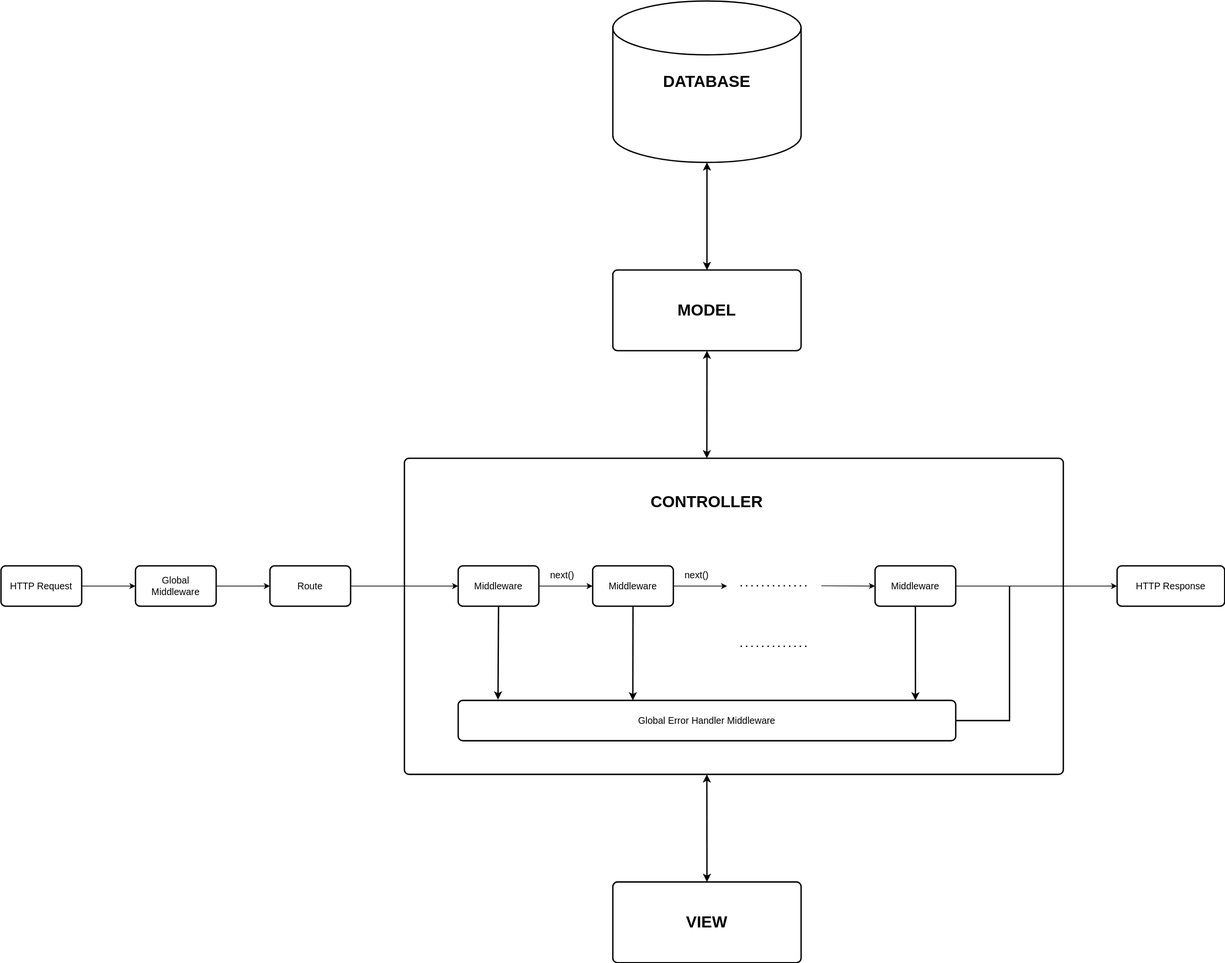
Earlier version of the draw.io export docs/images/mvc.svg (huyphamfc/hyper-english). Source tidied: cells renumbered, new cells last; positions are measured from the earlier drawing's top-left corner, leaving out a move shared by most shapes.
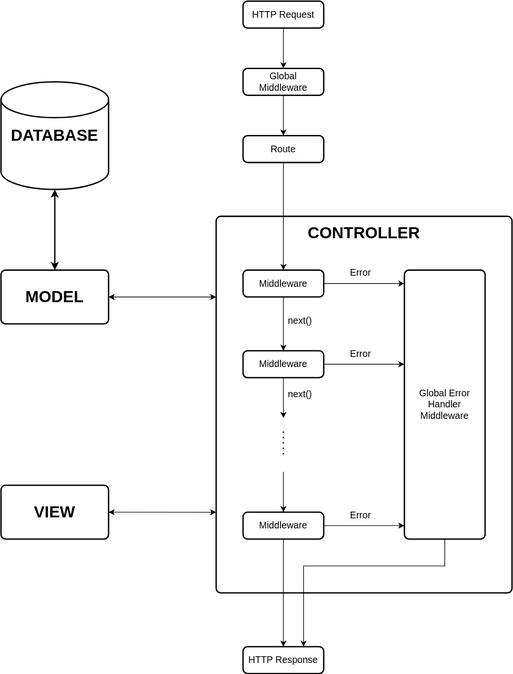
Above is the later version.

Commit message:
edit MVC flowchart

Diff of the diagram source:
```diff
@@ -2,118 +2,124 @@
   <root>
     <mxCell id="0" />
     <mxCell id="1" parent="0" />
+    <mxCell id="33" style="rounded=1;whiteSpace=wrap;html=1;absoluteArcSize=1;arcSize=14;strokeWidth=2;fillColor=none;" parent="1" vertex="1">
+      <mxGeometry x="320" y="800" width="440" height="560" as="geometry" />
+    </mxCell>
     <mxCell id="2" value="&lt;font style=&quot;font-size: 14px;&quot;&gt;HTTP Request&lt;/font&gt;" style="rounded=1;whiteSpace=wrap;html=1;absoluteArcSize=1;arcSize=14;strokeWidth=2;" parent="1" vertex="1">
-      <mxGeometry y="840" width="120" height="60" as="geometry" />
+      <mxGeometry x="360" y="480" width="120" height="40" as="geometry" />
     </mxCell>
     <mxCell id="3" value="&lt;font style=&quot;font-size: 14px;&quot;&gt;Global&lt;br&gt;Middleware&lt;/font&gt;" style="rounded=1;whiteSpace=wrap;html=1;absoluteArcSize=1;arcSize=14;strokeWidth=2;" parent="1" vertex="1">
-      <mxGeometry x="200" y="840" width="120" height="60" as="geometry" />
+      <mxGeometry x="360" y="580" width="120" height="40" as="geometry" />
     </mxCell>
-    <mxCell id="4" style="endArrow=classic;html=1;rounded=0;fontSize=14;exitX=1;exitY=0.5;exitDx=0;exitDy=0;entryX=0;entryY=0.5;entryDx=0;entryDy=0;" parent="1" edge="1" source="2" target="3">
-      <mxGeometry relative="1" as="geometry" />
-    </mxCell>
     <mxCell id="5" value="&lt;font style=&quot;font-size: 14px;&quot;&gt;Route&lt;/font&gt;" style="rounded=1;whiteSpace=wrap;html=1;absoluteArcSize=1;arcSize=14;strokeWidth=2;" parent="1" vertex="1">
-      <mxGeometry x="400" y="840" width="120" height="60" as="geometry" />
+      <mxGeometry x="360" y="680" width="120" height="40" as="geometry" />
     </mxCell>
-    <mxCell id="6" style="endArrow=classic;html=1;rounded=0;fontSize=14;entryX=0;entryY=0.5;entryDx=0;entryDy=0;exitX=1;exitY=0.5;exitDx=0;exitDy=0;" parent="1" edge="1" source="3" target="5">
-      <mxGeometry relative="1" as="geometry" />
-    </mxCell>
     <mxCell id="7" value="&lt;span style=&quot;font-size: 14px;&quot;&gt;Middleware&lt;/span&gt;" style="rounded=1;whiteSpace=wrap;html=1;absoluteArcSize=1;arcSize=14;strokeWidth=2;" parent="1" vertex="1">
-      <mxGeometry x="680" y="840" width="120" height="60" as="geometry" />
+      <mxGeometry x="360" y="880" width="120" height="40" as="geometry" />
     </mxCell>
     <mxCell id="8" value="&lt;span style=&quot;font-size: 14px;&quot;&gt;Middleware&lt;/span&gt;" style="rounded=1;whiteSpace=wrap;html=1;absoluteArcSize=1;arcSize=14;strokeWidth=2;" parent="1" vertex="1">
-      <mxGeometry x="880" y="840" width="120" height="60" as="geometry" />
+      <mxGeometry x="360" y="1000" width="120" height="40" as="geometry" />
     </mxCell>
     <mxCell id="9" value="&lt;span style=&quot;font-size: 14px;&quot;&gt;Middleware&lt;/span&gt;" style="rounded=1;whiteSpace=wrap;html=1;absoluteArcSize=1;arcSize=14;strokeWidth=2;" parent="1" vertex="1">
-      <mxGeometry x="1300" y="840" width="120" height="60" as="geometry" />
+      <mxGeometry x="360" y="1240" width="120" height="40" as="geometry" />
     </mxCell>
-    <mxCell id="10" style="endArrow=classic;html=1;rounded=0;fontSize=14;entryX=0;entryY=0.5;entryDx=0;entryDy=0;exitX=1;exitY=0.5;exitDx=0;exitDy=0;" parent="1" edge="1" source="5" target="7">
-      <mxGeometry relative="1" as="geometry" />
-    </mxCell>
-    <mxCell id="11" style="endArrow=classic;html=1;rounded=0;fontSize=14;entryX=0;entryY=0.5;entryDx=0;entryDy=0;exitX=1;exitY=0.5;exitDx=0;exitDy=0;" parent="1" edge="1" source="7" target="8">
-      <mxGeometry relative="1" as="geometry" />
-    </mxCell>
     <mxCell id="12" value="next()" style="text;html=1;strokeColor=none;fillColor=none;align=center;verticalAlign=middle;whiteSpace=wrap;rounded=0;fontSize=14;" parent="1" vertex="1">
-      <mxGeometry x="810" y="839" width="50" height="30" as="geometry" />
+      <mxGeometry x="420" y="940" width="50" height="30" as="geometry" />
     </mxCell>
-    <mxCell id="13" style="endArrow=classic;html=1;rounded=0;fontSize=14;exitX=1;exitY=0.5;exitDx=0;exitDy=0;" parent="1" edge="1" source="8">
-      <mxGeometry relative="1" as="geometry">
-        <mxPoint x="1080" y="870" as="targetPoint" />
-      </mxGeometry>
-    </mxCell>
-    <mxCell id="14" value="next()" style="text;html=1;strokeColor=none;fillColor=none;align=center;verticalAlign=middle;whiteSpace=wrap;rounded=0;fontSize=14;" parent="1" vertex="1">
-      <mxGeometry x="1010" y="839" width="50" height="30" as="geometry" />
-    </mxCell>
     <mxCell id="15" style="endArrow=none;dashed=1;html=1;dashPattern=1 3;strokeWidth=2;rounded=0;fontSize=14;" parent="1" edge="1">
       <mxGeometry relative="1" as="geometry">
-        <mxPoint x="1100" y="869.6" as="sourcePoint" />
-        <mxPoint x="1200" y="869.6" as="targetPoint" />
+        <mxPoint x="420" y="1120" as="sourcePoint" />
+        <mxPoint x="420" y="1160" as="targetPoint" />
       </mxGeometry>
     </mxCell>
-    <mxCell id="16" style="endArrow=classic;html=1;rounded=0;fontSize=14;entryX=0;entryY=0.5;entryDx=0;entryDy=0;" parent="1" edge="1" target="9">
-      <mxGeometry relative="1" as="geometry">
-        <mxPoint x="1220" y="869.6" as="sourcePoint" />
-      </mxGeometry>
-    </mxCell>
-    <mxCell id="17" style="endArrow=classic;html=1;rounded=0;fontSize=14;exitX=1;exitY=0.5;exitDx=0;exitDy=0;entryX=0;entryY=0.5;entryDx=0;entryDy=0;" parent="1" edge="1" source="9" target="18">
-      <mxGeometry relative="1" as="geometry" />
-    </mxCell>
-    <mxCell id="18" value="&lt;span style=&quot;font-size: 14px;&quot;&gt;HTTP Response&lt;/span&gt;" style="rounded=1;whiteSpace=wrap;html=1;absoluteArcSize=1;arcSize=14;strokeWidth=2;" parent="1" vertex="1">
-      <mxGeometry x="1660" y="840" width="160" height="60" as="geometry" />
-    </mxCell>
     <mxCell id="19" value="&lt;b&gt;&lt;font style=&quot;font-size: 24px;&quot;&gt;CONTROLLER&lt;/font&gt;&lt;/b&gt;" style="text;html=1;strokeColor=none;fillColor=none;align=center;verticalAlign=middle;whiteSpace=wrap;rounded=0;fontSize=14;" parent="1" vertex="1">
-      <mxGeometry x="955" y="730" width="190" height="30" as="geometry" />
+      <mxGeometry x="445" y="810" width="190" height="30" as="geometry" />
     </mxCell>
-    <mxCell id="20" value="&lt;span style=&quot;font-size: 14px;&quot;&gt;Global Error Handler Middleware&lt;/span&gt;" style="rounded=1;whiteSpace=wrap;html=1;absoluteArcSize=1;arcSize=14;strokeWidth=2;" parent="1" vertex="1">
-      <mxGeometry x="680" y="1040" width="740" height="60" as="geometry" />
+    <mxCell id="20" value="&lt;span style=&quot;font-size: 14px;&quot;&gt;Global Error&lt;br&gt;Handler&lt;br&gt;Middleware&lt;/span&gt;" style="rounded=1;whiteSpace=wrap;html=1;absoluteArcSize=1;arcSize=14;strokeWidth=2;" parent="1" vertex="1">
+      <mxGeometry x="600" y="880" width="120" height="400" as="geometry" />
     </mxCell>
-    <mxCell id="21" style="endArrow=classic;html=1;rounded=0;strokeWidth=2;fontSize=24;exitX=0.5;exitY=1;exitDx=0;exitDy=0;entryX=0.08;entryY=-0.021;entryDx=0;entryDy=0;entryPerimeter=0;" parent="1" edge="1" source="7" target="20">
-      <mxGeometry relative="1" as="geometry" />
-    </mxCell>
-    <mxCell id="22" style="endArrow=classic;html=1;rounded=0;strokeWidth=2;fontSize=24;exitX=0.5;exitY=1;exitDx=0;exitDy=0;entryX=0.351;entryY=0;entryDx=0;entryDy=0;entryPerimeter=0;" parent="1" edge="1" source="8" target="20">
-      <mxGeometry relative="1" as="geometry" />
-    </mxCell>
-    <mxCell id="23" style="endArrow=none;dashed=1;html=1;dashPattern=1 3;strokeWidth=2;rounded=0;fontSize=14;" parent="1" edge="1">
-      <mxGeometry relative="1" as="geometry">
-        <mxPoint x="1100" y="959.6" as="sourcePoint" />
-        <mxPoint x="1200" y="959.6" as="targetPoint" />
-        <Array as="points">
-          <mxPoint x="1150" y="959.6" />
-        </Array>
-      </mxGeometry>
-    </mxCell>
-    <mxCell id="24" style="endArrow=classic;html=1;rounded=0;strokeWidth=2;fontSize=24;exitX=0.5;exitY=1;exitDx=0;exitDy=0;entryX=0.919;entryY=0;entryDx=0;entryDy=0;entryPerimeter=0;" parent="1" edge="1" source="9" target="20">
-      <mxGeometry relative="1" as="geometry" />
-    </mxCell>
-    <mxCell id="25" style="endArrow=none;html=1;rounded=0;strokeWidth=2;fontSize=24;exitX=1;exitY=0.5;exitDx=0;exitDy=0;" parent="1" edge="1" source="20">
-      <mxGeometry relative="1" as="geometry">
-        <mxPoint x="1500" y="870" as="targetPoint" />
-        <Array as="points">
-          <mxPoint x="1500" y="1070" />
-        </Array>
-      </mxGeometry>
-    </mxCell>
-    <mxCell id="26" style="rounded=1;whiteSpace=wrap;html=1;absoluteArcSize=1;arcSize=14;strokeWidth=2;fontSize=24;fillColor=none;" parent="1" vertex="1">
-      <mxGeometry x="600" y="680" width="980" height="470" as="geometry" />
-    </mxCell>
     <mxCell id="27" value="&lt;b&gt;MODEL&lt;/b&gt;" style="rounded=1;whiteSpace=wrap;html=1;absoluteArcSize=1;arcSize=14;strokeWidth=2;fontSize=24;fillColor=none;" parent="1" vertex="1">
-      <mxGeometry x="910" y="400" width="280" height="120" as="geometry" />
+      <mxGeometry y="880" width="160" height="80" as="geometry" />
     </mxCell>
-    <mxCell id="28" style="endArrow=classic;startArrow=classic;html=1;rounded=0;strokeWidth=2;fontSize=24;entryX=0.5;entryY=1;entryDx=0;entryDy=0;exitX=0.459;exitY=0;exitDx=0;exitDy=0;exitPerimeter=0;" parent="1" edge="1" source="26" target="27">
-      <mxGeometry relative="1" as="geometry" />
-    </mxCell>
     <mxCell id="29" value="&lt;b&gt;DATABASE&lt;/b&gt;" style="strokeWidth=2;html=1;shape=mxgraph.flowchart.database;whiteSpace=wrap;fontSize=24;fillColor=none;" parent="1" vertex="1">
-      <mxGeometry x="910" width="280" height="240" as="geometry" />
+      <mxGeometry y="600" width="160" height="160" as="geometry" />
     </mxCell>
-    <mxCell id="30" style="endArrow=classic;startArrow=classic;html=1;rounded=0;strokeWidth=2;fontSize=24;entryX=0.5;entryY=1;entryDx=0;entryDy=0;entryPerimeter=0;" parent="1" edge="1" target="29">
-      <mxGeometry relative="1" as="geometry">
-        <mxPoint x="1050" y="400" as="sourcePoint" />
-      </mxGeometry>
+    <mxCell id="30" style="endArrow=classic;startArrow=classic;html=1;rounded=0;strokeWidth=2;fontSize=24;entryX=0.5;entryY=1;entryDx=0;entryDy=0;entryPerimeter=0;exitX=0.5;exitY=0;exitDx=0;exitDy=0;" parent="1" edge="1" source="27" target="29">
+      <mxGeometry relative="1" as="geometry" />
     </mxCell>
     <mxCell id="31" value="&lt;b&gt;VIEW&lt;/b&gt;" style="rounded=1;whiteSpace=wrap;html=1;absoluteArcSize=1;arcSize=14;strokeWidth=2;fontSize=24;fillColor=none;" parent="1" vertex="1">
-      <mxGeometry x="910" y="1310" width="280" height="120" as="geometry" />
+      <mxGeometry y="1200" width="160" height="80" as="geometry" />
     </mxCell>
-    <mxCell id="32" style="endArrow=classic;startArrow=classic;html=1;rounded=0;strokeWidth=2;fontSize=24;exitX=0.5;exitY=0;exitDx=0;exitDy=0;entryX=0.459;entryY=1;entryDx=0;entryDy=0;entryPerimeter=0;" parent="1" edge="1" source="31" target="26">
-      <mxGeometry relative="1" as="geometry" />
-    </mxCell>
+    <mxCell id="11" style="endArrow=classic;html=1;rounded=0;exitX=0.5;exitY=1;exitDx=0;exitDy=0;entryX=0.5;entryY=0;entryDx=0;entryDy=0;" parent="1" edge="1" source="7" target="8">
+      <mxGeometry relative="1" as="geometry" />
+    </mxCell>
+    <mxCell id="34" style="endArrow=classic;html=1;rounded=0;exitX=0.5;exitY=1;exitDx=0;exitDy=0;" parent="1" edge="1" source="8">
+      <mxGeometry relative="1" as="geometry">
+        <mxPoint x="420" y="1100" as="targetPoint" />
+      </mxGeometry>
+    </mxCell>
+    <mxCell id="14" value="next()" style="text;html=1;strokeColor=none;fillColor=none;align=center;verticalAlign=middle;whiteSpace=wrap;rounded=0;fontSize=14;" parent="1" vertex="1">
+      <mxGeometry x="420" y="1050" width="50" height="30" as="geometry" />
+    </mxCell>
+    <mxCell id="35" style="endArrow=classic;html=1;rounded=0;exitX=0.5;exitY=1;exitDx=0;exitDy=0;" parent="1" edge="1">
+      <mxGeometry relative="1" as="geometry">
+        <mxPoint x="420" y="1180" as="sourcePoint" />
+        <mxPoint x="420" y="1240" as="targetPoint" />
+      </mxGeometry>
+    </mxCell>
+    <mxCell id="21" style="endArrow=classic;html=1;rounded=0;exitX=1;exitY=0.5;exitDx=0;exitDy=0;entryX=0;entryY=0.05;entryDx=0;entryDy=0;entryPerimeter=0;" parent="1" edge="1" source="7" target="20">
+      <mxGeometry relative="1" as="geometry" />
+    </mxCell>
+    <mxCell id="36" value="Error" style="text;html=1;strokeColor=none;fillColor=none;align=center;verticalAlign=middle;whiteSpace=wrap;rounded=0;fontSize=14;" parent="1" vertex="1">
+      <mxGeometry x="510" y="869" width="50" height="30" as="geometry" />
+    </mxCell>
+    <mxCell id="37" style="endArrow=classic;html=1;rounded=0;exitX=1;exitY=0.5;exitDx=0;exitDy=0;" parent="1" edge="1" source="8">
+      <mxGeometry relative="1" as="geometry">
+        <mxPoint x="600" y="1020" as="targetPoint" />
+      </mxGeometry>
+    </mxCell>
+    <mxCell id="38" value="Error" style="text;html=1;strokeColor=none;fillColor=none;align=center;verticalAlign=middle;whiteSpace=wrap;rounded=0;fontSize=14;" parent="1" vertex="1">
+      <mxGeometry x="510" y="990" width="50" height="30" as="geometry" />
+    </mxCell>
+    <mxCell id="24" style="endArrow=classic;html=1;rounded=0;exitX=1;exitY=0.5;exitDx=0;exitDy=0;entryX=0;entryY=0.95;entryDx=0;entryDy=0;entryPerimeter=0;" parent="1" edge="1" source="9" target="20">
+      <mxGeometry relative="1" as="geometry" />
+    </mxCell>
+    <mxCell id="39" value="Error" style="text;html=1;strokeColor=none;fillColor=none;align=center;verticalAlign=middle;whiteSpace=wrap;rounded=0;fontSize=14;" parent="1" vertex="1">
+      <mxGeometry x="510" y="1230" width="50" height="30" as="geometry" />
+    </mxCell>
+    <mxCell id="40" style="endArrow=classic;html=1;rounded=0;exitX=0.5;exitY=1;exitDx=0;exitDy=0;entryX=0.5;entryY=0;entryDx=0;entryDy=0;" parent="1" edge="1" source="9">
+      <mxGeometry relative="1" as="geometry">
+        <mxPoint x="420" y="1440" as="targetPoint" />
+      </mxGeometry>
+    </mxCell>
+    <mxCell id="41" style="endArrow=classic;html=1;rounded=0;exitX=0.5;exitY=1;exitDx=0;exitDy=0;entryX=0.75;entryY=0;entryDx=0;entryDy=0;" parent="1" edge="1" source="20">
+      <mxGeometry relative="1" as="geometry">
+        <mxPoint x="450" y="1440" as="targetPoint" />
+        <Array as="points">
+          <mxPoint x="660" y="1320" />
+          <mxPoint x="450" y="1320" />
+        </Array>
+      </mxGeometry>
+    </mxCell>
+    <mxCell id="10" style="endArrow=classic;html=1;rounded=0;exitX=0.5;exitY=1;exitDx=0;exitDy=0;entryX=0.5;entryY=0;entryDx=0;entryDy=0;" parent="1" edge="1" source="5" target="7">
+      <mxGeometry relative="1" as="geometry" />
+    </mxCell>
+    <mxCell id="6" style="endArrow=classic;html=1;rounded=0;exitX=0.5;exitY=1;exitDx=0;exitDy=0;entryX=0.5;entryY=0;entryDx=0;entryDy=0;" parent="1" edge="1" source="3" target="5">
+      <mxGeometry relative="1" as="geometry" />
+    </mxCell>
+    <mxCell id="4" style="endArrow=classic;html=1;rounded=0;exitX=0.5;exitY=1;exitDx=0;exitDy=0;entryX=0.5;entryY=0;entryDx=0;entryDy=0;" parent="1" edge="1" source="2" target="3">
+      <mxGeometry relative="1" as="geometry" />
+    </mxCell>
+    <mxCell id="18" value="&lt;font style=&quot;font-size: 14px;&quot;&gt;HTTP Response&lt;/font&gt;" style="rounded=1;whiteSpace=wrap;html=1;absoluteArcSize=1;arcSize=14;strokeWidth=2;" parent="1" vertex="1">
+      <mxGeometry x="360" y="1440" width="120" height="40" as="geometry" />
+    </mxCell>
+    <mxCell id="42" style="endArrow=classic;startArrow=classic;html=1;rounded=0;exitX=1;exitY=0.5;exitDx=0;exitDy=0;" parent="1" edge="1" source="27">
+      <mxGeometry relative="1" as="geometry">
+        <mxPoint x="320" y="920" as="targetPoint" />
+      </mxGeometry>
+    </mxCell>
+    <mxCell id="43" style="endArrow=classic;startArrow=classic;html=1;rounded=0;exitX=1;exitY=0.5;exitDx=0;exitDy=0;entryX=0;entryY=0.786;entryDx=0;entryDy=0;entryPerimeter=0;" parent="1" edge="1" source="31" target="33">
+      <mxGeometry relative="1" as="geometry" />
+    </mxCell>
   </root>
 </mxGraphModel>
```
